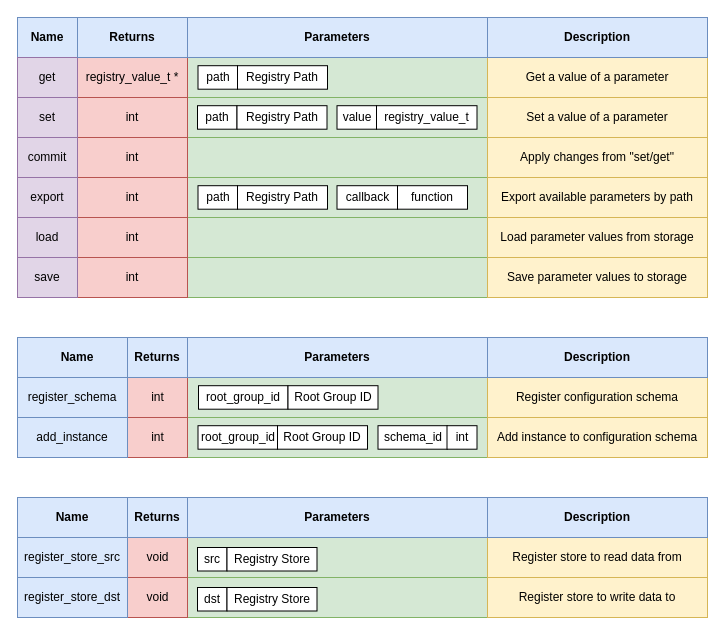
Earlier version of the draw.io diagram doc/drawio/api_structure.drawio (LasseRosenow/riot-runtime-config). Source tidied: cells renumbered, new cells numbered last; positions are measured from the earlier drawing's top-left corner, leaving out a move shared by most shapes. Both pictures are drawn from the tidied source at 100%, with x=0, y=0 at pixel (17, 17).
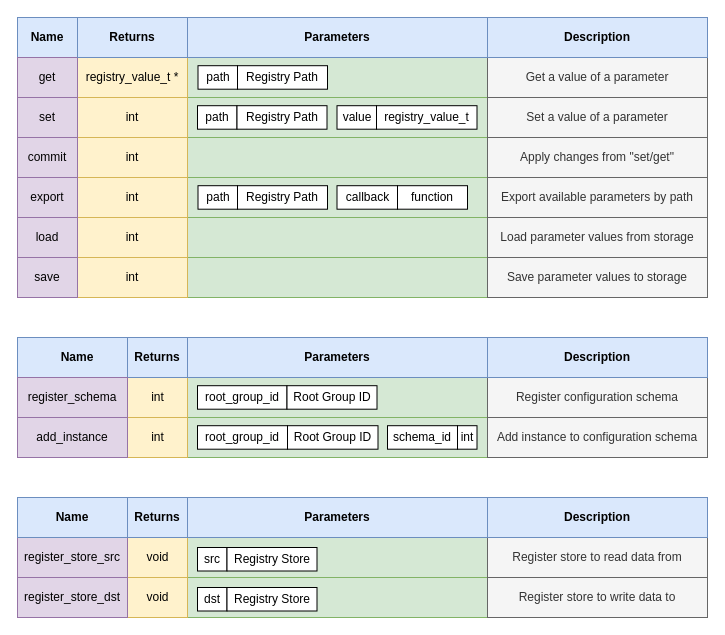
The same diagram, later.

Diff of the diagram source:
```diff
@@
-    <mxCell id="10" value="registry_value_t *" style="rounded=0;whiteSpace=wrap;html=1;fillColor=#f8cecc;strokeColor=#b85450;" parent="1" vertex="1">
+    <mxCell id="10" value="registry_value_t *" style="rounded=0;whiteSpace=wrap;html=1;fillColor=#fff2cc;strokeColor=#d6b656;" parent="1" vertex="1">
       <mxGeometry x="60" y="40" width="110" height="40" as="geometry" />
     </mxCell>
-    <mxCell id="11" value="int" style="rounded=0;whiteSpace=wrap;html=1;fillColor=#f8cecc;strokeColor=#b85450;" parent="1" vertex="1">
+    <mxCell id="11" value="int" style="rounded=0;whiteSpace=wrap;html=1;fillColor=#fff2cc;strokeColor=#d6b656;" parent="1" vertex="1">
       <mxGeometry x="60" y="80" width="110" height="40" as="geometry" />
     </mxCell>
@@
-    <mxCell id="16" value="int" style="rounded=0;whiteSpace=wrap;html=1;fillColor=#f8cecc;strokeColor=#b85450;" parent="1" vertex="1">
+    <mxCell id="16" value="int" style="rounded=0;whiteSpace=wrap;html=1;fillColor=#fff2cc;strokeColor=#d6b656;" parent="1" vertex="1">
       <mxGeometry x="60" y="160" width="110" height="40" as="geometry" />
     </mxCell>
@@
-    <mxCell id="26" value="int" style="rounded=0;whiteSpace=wrap;html=1;fillColor=#f8cecc;strokeColor=#b85450;" parent="1" vertex="1">
+    <mxCell id="26" value="int" style="rounded=0;whiteSpace=wrap;html=1;fillColor=#fff2cc;strokeColor=#d6b656;" parent="1" vertex="1">
       <mxGeometry x="109.5" y="360" width="60.5" height="40" as="geometry" />
     </mxCell>
-    <mxCell id="27" value="int" style="rounded=0;whiteSpace=wrap;html=1;fillColor=#f8cecc;strokeColor=#b85450;" parent="1" vertex="1">
+    <mxCell id="27" value="int" style="rounded=0;whiteSpace=wrap;html=1;fillColor=#fff2cc;strokeColor=#d6b656;" parent="1" vertex="1">
       <mxGeometry x="109.5" y="400" width="60.5" height="40" as="geometry" />
     </mxCell>
     <mxCell id="28" value="root_group_id" style="rounded=0;whiteSpace=wrap;html=1;" parent="1" vertex="1">
-      <mxGeometry x="181" y="368.2" width="89.5" height="23.5" as="geometry" />
+      <mxGeometry x="180" y="368.2" width="89.5" height="23.5" as="geometry" />
     </mxCell>
     <mxCell id="29" value="Root Group ID" style="rounded=0;whiteSpace=wrap;html=1;" parent="1" vertex="1">
-      <mxGeometry x="270.5" y="368.2" width="90" height="23.5" as="geometry" />
+      <mxGeometry x="269.5" y="368.2" width="90" height="23.5" as="geometry" />
     </mxCell>
-    <mxCell id="30" value="void" style="rounded=0;whiteSpace=wrap;html=1;fillColor=#f8cecc;strokeColor=#b85450;" parent="1" vertex="1">
+    <mxCell id="30" value="void" style="rounded=0;whiteSpace=wrap;html=1;fillColor=#fff2cc;strokeColor=#d6b656;" parent="1" vertex="1">
       <mxGeometry x="109.5" y="520" width="60.5" height="40" as="geometry" />
     </mxCell>
-    <mxCell id="31" value="void" style="rounded=0;whiteSpace=wrap;html=1;fillColor=#f8cecc;strokeColor=#b85450;" parent="1" vertex="1">
+    <mxCell id="31" value="void" style="rounded=0;whiteSpace=wrap;html=1;fillColor=#fff2cc;strokeColor=#d6b656;" parent="1" vertex="1">
       <mxGeometry x="109.5" y="560" width="60.5" height="40" as="geometry" />
     </mxCell>
@@
-    <mxCell id="34" value="register_store_dst" style="rounded=0;whiteSpace=wrap;html=1;fillColor=#dae8fc;strokeColor=#6c8ebf;" parent="1" vertex="1">
+    <mxCell id="34" value="register_store_dst" style="rounded=0;whiteSpace=wrap;html=1;fillColor=#e1d5e7;strokeColor=#9673a6;" parent="1" vertex="1">
       <mxGeometry y="560" width="110" height="40" as="geometry" />
     </mxCell>
-    <mxCell id="35" value="register_store_src" style="rounded=0;whiteSpace=wrap;html=1;fillColor=#dae8fc;strokeColor=#6c8ebf;" parent="1" vertex="1">
+    <mxCell id="35" value="register_store_src" style="rounded=0;whiteSpace=wrap;html=1;fillColor=#e1d5e7;strokeColor=#9673a6;" parent="1" vertex="1">
       <mxGeometry y="520" width="110" height="40" as="geometry" />
     </mxCell>
     <mxCell id="36" value="root_group_id" style="rounded=0;whiteSpace=wrap;html=1;" parent="1" vertex="1">
-      <mxGeometry x="180.5" y="408.2" width="79.5" height="23.5" as="geometry" />
+      <mxGeometry x="180" y="408.2" width="90" height="23.5" as="geometry" />
     </mxCell>
     <mxCell id="37" value="Root Group ID" style="rounded=0;whiteSpace=wrap;html=1;" parent="1" vertex="1">
-      <mxGeometry x="260" y="408.2" width="90" height="23.5" as="geometry" />
+      <mxGeometry x="270" y="408.2" width="90.5" height="23.5" as="geometry" />
     </mxCell>
     <mxCell id="38" value="schema_id" style="rounded=0;whiteSpace=wrap;html=1;" parent="1" vertex="1">
-      <mxGeometry x="360.5" y="408.2" width="69.5" height="23.5" as="geometry" />
+      <mxGeometry x="370" y="408.2" width="70" height="23.5" as="geometry" />
     </mxCell>
     <mxCell id="39" value="int" style="rounded=0;whiteSpace=wrap;html=1;" parent="1" vertex="1">
-      <mxGeometry x="429.5" y="408.2" width="30" height="23.5" as="geometry" />
+      <mxGeometry x="440" y="408.2" width="19.5" height="23.5" as="geometry" />
     </mxCell>
@@
-    <mxCell id="47" value="Get a value of a parameter" style="rounded=0;whiteSpace=wrap;html=1;fillColor=#fff2cc;strokeColor=#d6b656;" parent="1" vertex="1">
+    <mxCell id="47" value="Get a value of a parameter" style="rounded=0;whiteSpace=wrap;html=1;fillColor=#f5f5f5;strokeColor=#666666;fontColor=#333333;" parent="1" vertex="1">
       <mxGeometry x="470" y="40" width="220" height="40" as="geometry" />
     </mxCell>
-    <mxCell id="48" value="Set a value of a parameter" style="rounded=0;whiteSpace=wrap;html=1;fillColor=#fff2cc;strokeColor=#d6b656;" parent="1" vertex="1">
+    <mxCell id="48" value="Set a value of a parameter" style="rounded=0;whiteSpace=wrap;html=1;fillColor=#f5f5f5;strokeColor=#666666;fontColor=#333333;" parent="1" vertex="1">
       <mxGeometry x="470" y="80" width="220" height="40" as="geometry" />
     </mxCell>
-    <mxCell id="49" value="Apply changes from &quot;set/get&quot;" style="rounded=0;whiteSpace=wrap;html=1;fillColor=#fff2cc;strokeColor=#d6b656;" parent="1" vertex="1">
+    <mxCell id="49" value="Apply changes from &quot;set/get&quot;" style="rounded=0;whiteSpace=wrap;html=1;fillColor=#f5f5f5;strokeColor=#666666;fontColor=#333333;" parent="1" vertex="1">
       <mxGeometry x="470" y="120" width="220" height="40" as="geometry" />
     </mxCell>
-    <mxCell id="50" value="Export available parameters by path" style="rounded=0;whiteSpace=wrap;html=1;fillColor=#fff2cc;strokeColor=#d6b656;" parent="1" vertex="1">
+    <mxCell id="50" value="Export available parameters by path" style="rounded=0;whiteSpace=wrap;html=1;fillColor=#f5f5f5;strokeColor=#666666;fontColor=#333333;" parent="1" vertex="1">
       <mxGeometry x="470" y="160" width="220" height="40" as="geometry" />
     </mxCell>
-    <mxCell id="51" value="Load parameter values from storage" style="rounded=0;whiteSpace=wrap;html=1;fillColor=#fff2cc;strokeColor=#d6b656;" parent="1" vertex="1">
+    <mxCell id="51" value="Load parameter values from storage" style="rounded=0;whiteSpace=wrap;html=1;fillColor=#f5f5f5;strokeColor=#666666;fontColor=#333333;" parent="1" vertex="1">
       <mxGeometry x="470" y="200" width="220" height="40" as="geometry" />
     </mxCell>
-    <mxCell id="52" value="Save parameter values to storage" style="rounded=0;whiteSpace=wrap;html=1;fillColor=#fff2cc;strokeColor=#d6b656;" parent="1" vertex="1">
+    <mxCell id="52" value="Save parameter values to storage" style="rounded=0;whiteSpace=wrap;html=1;fillColor=#f5f5f5;strokeColor=#666666;fontColor=#333333;" parent="1" vertex="1">
       <mxGeometry x="470" y="240" width="220" height="40" as="geometry" />
     </mxCell>
@@
-    <mxCell id="59" value="add_instance" style="rounded=0;whiteSpace=wrap;html=1;fillColor=#dae8fc;strokeColor=#6c8ebf;" parent="1" vertex="1">
+    <mxCell id="59" value="add_instance" style="rounded=0;whiteSpace=wrap;html=1;fillColor=#e1d5e7;strokeColor=#9673a6;" parent="1" vertex="1">
       <mxGeometry y="400" width="110" height="40" as="geometry" />
     </mxCell>
-    <mxCell id="60" value="register_schema" style="rounded=0;whiteSpace=wrap;html=1;fillColor=#dae8fc;strokeColor=#6c8ebf;" parent="1" vertex="1">
+    <mxCell id="60" value="register_schema" style="rounded=0;whiteSpace=wrap;html=1;fillColor=#e1d5e7;strokeColor=#9673a6;" parent="1" vertex="1">
       <mxGeometry y="360" width="110" height="40" as="geometry" />
     </mxCell>
-    <mxCell id="61" value="int" style="rounded=0;whiteSpace=wrap;html=1;fillColor=#f8cecc;strokeColor=#b85450;" parent="1" vertex="1">
+    <mxCell id="61" value="int" style="rounded=0;whiteSpace=wrap;html=1;fillColor=#fff2cc;strokeColor=#d6b656;" parent="1" vertex="1">
       <mxGeometry x="60" y="120" width="110" height="40" as="geometry" />
     </mxCell>
@@
-    <mxCell id="63" value="Register configuration schema" style="rounded=0;whiteSpace=wrap;html=1;fillColor=#fff2cc;strokeColor=#d6b656;" parent="1" vertex="1">
+    <mxCell id="63" value="Register configuration schema" style="rounded=0;whiteSpace=wrap;html=1;fillColor=#f5f5f5;strokeColor=#666666;fontColor=#333333;" parent="1" vertex="1">
       <mxGeometry x="470" y="360" width="220" height="40" as="geometry" />
     </mxCell>
-    <mxCell id="64" value="Add instance to configuration schema" style="rounded=0;whiteSpace=wrap;html=1;fillColor=#fff2cc;strokeColor=#d6b656;" parent="1" vertex="1">
+    <mxCell id="64" value="Add instance to configuration schema" style="rounded=0;whiteSpace=wrap;html=1;fillColor=#f5f5f5;strokeColor=#666666;fontColor=#333333;" parent="1" vertex="1">
       <mxGeometry x="470" y="400" width="220" height="40" as="geometry" />
     </mxCell>
-    <mxCell id="65" value="Register store to write data to" style="rounded=0;whiteSpace=wrap;html=1;fillColor=#fff2cc;strokeColor=#d6b656;" parent="1" vertex="1">
+    <mxCell id="65" value="Register store to write data to" style="rounded=0;whiteSpace=wrap;html=1;fillColor=#f5f5f5;strokeColor=#666666;fontColor=#333333;" parent="1" vertex="1">
       <mxGeometry x="470" y="560" width="220" height="40" as="geometry" />
     </mxCell>
-    <mxCell id="66" value="Register store to read data from" style="rounded=0;whiteSpace=wrap;html=1;fillColor=#fff2cc;strokeColor=#d6b656;" parent="1" vertex="1">
+    <mxCell id="66" value="Register store to read data from" style="rounded=0;whiteSpace=wrap;html=1;fillColor=#f5f5f5;strokeColor=#666666;fontColor=#333333;" parent="1" vertex="1">
       <mxGeometry x="470" y="520" width="220" height="40" as="geometry" />
     </mxCell>
-    <mxCell id="67" value="int" style="rounded=0;whiteSpace=wrap;html=1;fillColor=#f8cecc;strokeColor=#b85450;" parent="1" vertex="1">
+    <mxCell id="67" value="int" style="rounded=0;whiteSpace=wrap;html=1;fillColor=#fff2cc;strokeColor=#d6b656;" parent="1" vertex="1">
       <mxGeometry x="60" y="200" width="110" height="40" as="geometry" />
     </mxCell>
-    <mxCell id="68" value="int" style="rounded=0;whiteSpace=wrap;html=1;fillColor=#f8cecc;strokeColor=#b85450;" parent="1" vertex="1">
+    <mxCell id="68" value="int" style="rounded=0;whiteSpace=wrap;html=1;fillColor=#fff2cc;strokeColor=#d6b656;" parent="1" vertex="1">
       <mxGeometry x="60" y="240" width="110" height="40" as="geometry" />
     </mxCell>
```
